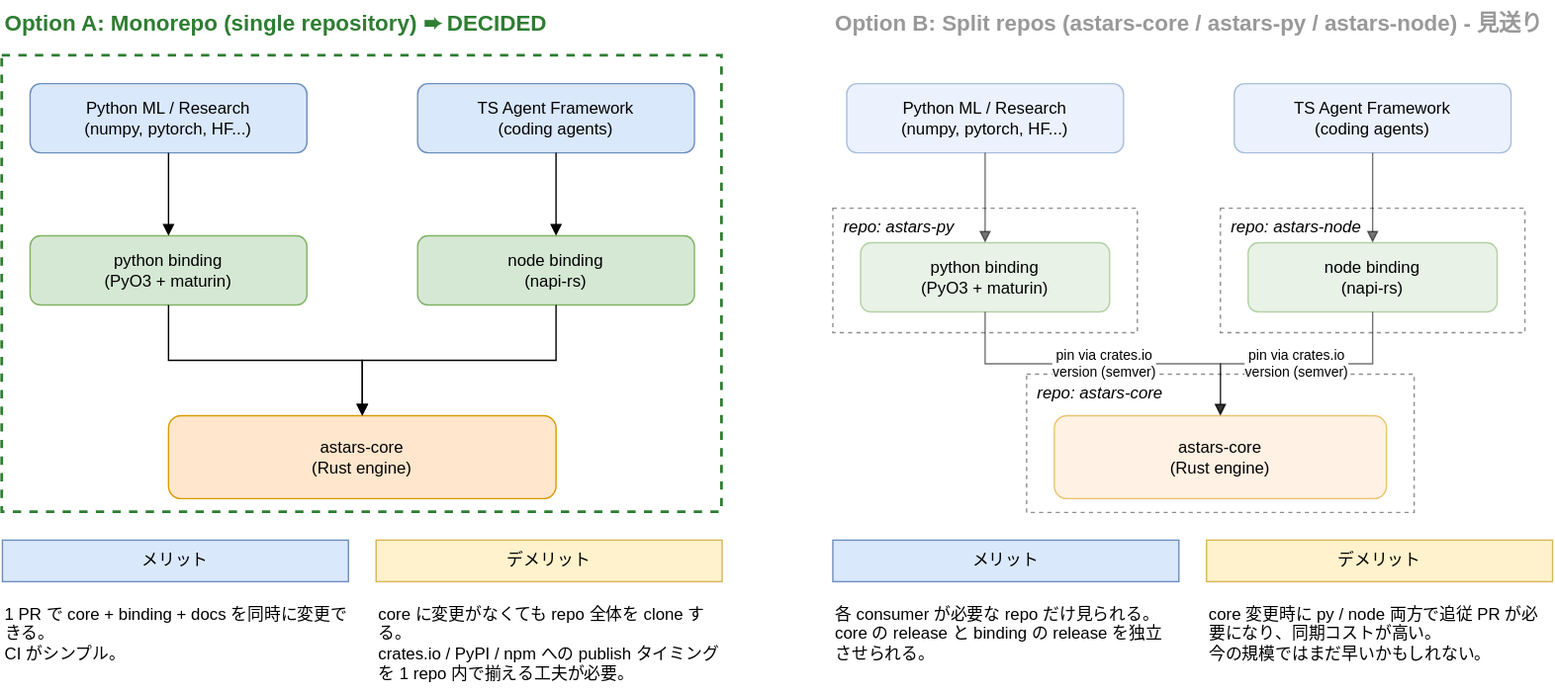
Before: docs/architecture/repo-structure.drawio.svg, a diagram exported from draw.io (xwasoux/astars). Source tidied: cells renumbered, new cells last; positions are measured from the earlier drawing's top-left corner, leaving out a move shared by most shapes.
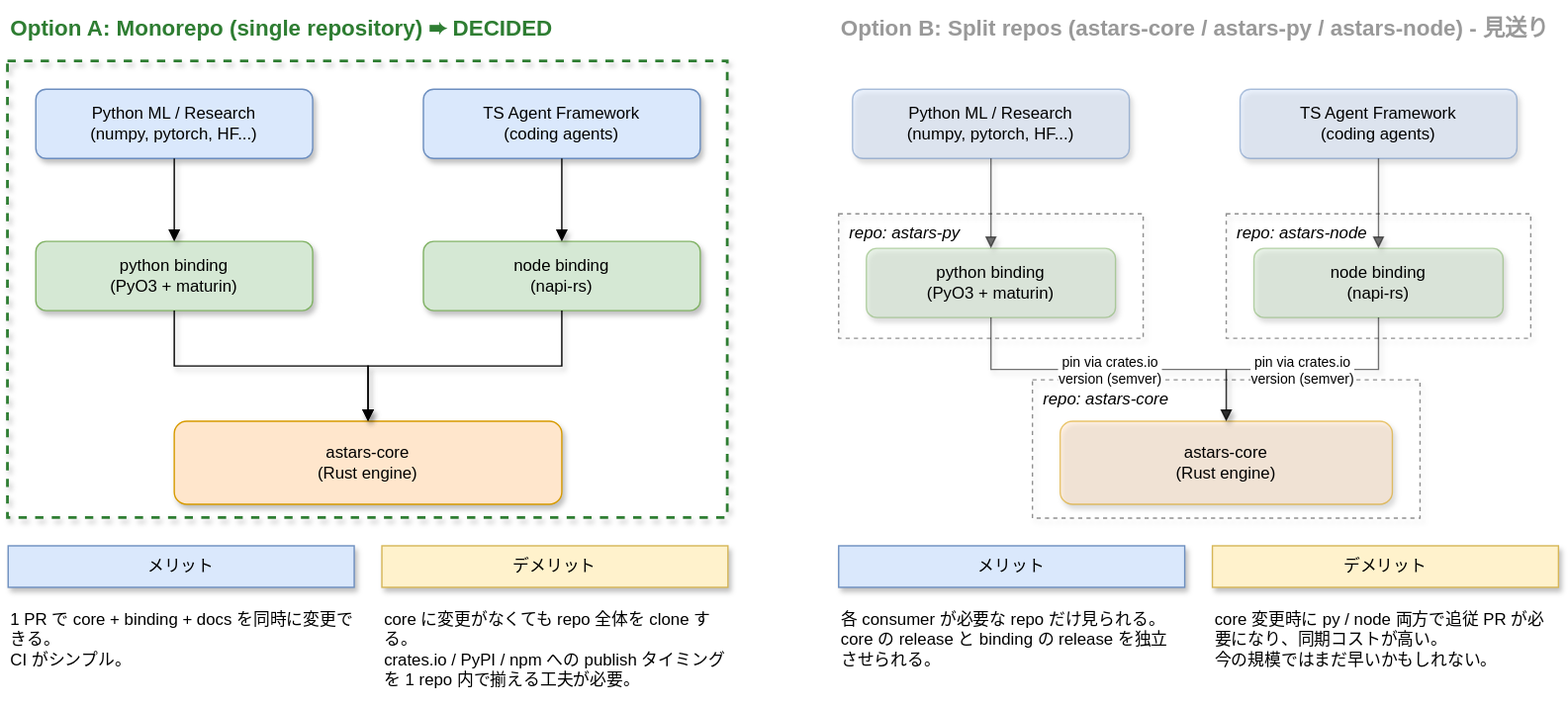
Above is the later version.

Change to the diagram source:
```diff
@@ -2,100 +2,100 @@
   <root>
     <mxCell id="0" />
     <mxCell id="1" parent="0" />
-    <mxCell id="2" value="Option A: Monorepo (single repository)  ➨ DECIDED" style="text;align=left;verticalAlign=middle;fontSize=16;fontStyle=1;fontColor=#2e7d32;" parent="1" vertex="1">
+    <mxCell id="2" value="Option A: Monorepo (single repository)  ➨ DECIDED" style="text;align=left;verticalAlign=middle;fontSize=16;fontStyle=1;fontColor=#2e7d32;shadow=1;" parent="1" vertex="1">
       <mxGeometry width="520" height="30" as="geometry" />
     </mxCell>
-    <mxCell id="3" style="rounded=0;dashed=1;fillColor=none;strokeColor=#2e7d32;strokeWidth=2;" parent="1" vertex="1">
+    <mxCell id="3" style="rounded=0;dashed=1;fillColor=none;strokeColor=#2e7d32;strokeWidth=2;shadow=1;" parent="1" vertex="1">
       <mxGeometry y="40" width="520" height="330" as="geometry" />
     </mxCell>
-    <mxCell id="4" value="Python ML / Research&#10;(numpy, pytorch, HF...)" style="rounded=1;whiteSpace=wrap;html=1;fillColor=#dae8fc;strokeColor=#6c8ebf;" parent="1" vertex="1">
+    <mxCell id="4" value="Python ML / Research&#10;(numpy, pytorch, HF...)" style="rounded=1;whiteSpace=wrap;html=1;fillColor=#dae8fc;strokeColor=#6c8ebf;shadow=1;" parent="1" vertex="1">
       <mxGeometry x="20" y="60" width="200" height="50" as="geometry" />
     </mxCell>
-    <mxCell id="5" value="TS Agent Framework&#10;(coding agents)" style="rounded=1;whiteSpace=wrap;html=1;fillColor=#dae8fc;strokeColor=#6c8ebf;" parent="1" vertex="1">
+    <mxCell id="5" value="TS Agent Framework&#10;(coding agents)" style="rounded=1;whiteSpace=wrap;html=1;fillColor=#dae8fc;strokeColor=#6c8ebf;shadow=1;" parent="1" vertex="1">
       <mxGeometry x="300" y="60" width="200" height="50" as="geometry" />
     </mxCell>
-    <mxCell id="6" value="python binding&#10;(PyO3 + maturin)" style="rounded=1;whiteSpace=wrap;html=1;fillColor=#d5e8d4;strokeColor=#82b366;" parent="1" vertex="1">
+    <mxCell id="6" value="python binding&#10;(PyO3 + maturin)" style="rounded=1;whiteSpace=wrap;html=1;fillColor=#d5e8d4;strokeColor=#82b366;shadow=1;" parent="1" vertex="1">
       <mxGeometry x="20" y="170" width="200" height="50" as="geometry" />
     </mxCell>
-    <mxCell id="7" value="node binding&#10;(napi-rs)" style="rounded=1;whiteSpace=wrap;html=1;fillColor=#d5e8d4;strokeColor=#82b366;" parent="1" vertex="1">
+    <mxCell id="7" value="node binding&#10;(napi-rs)" style="rounded=1;whiteSpace=wrap;html=1;fillColor=#d5e8d4;strokeColor=#82b366;shadow=1;" parent="1" vertex="1">
       <mxGeometry x="300" y="170" width="200" height="50" as="geometry" />
     </mxCell>
-    <mxCell id="8" value="astars-core&#10;(Rust engine)" style="rounded=1;whiteSpace=wrap;html=1;fillColor=#ffe6cc;strokeColor=#d79b00;" parent="1" vertex="1">
+    <mxCell id="8" value="astars-core&#10;(Rust engine)" style="rounded=1;whiteSpace=wrap;html=1;fillColor=#ffe6cc;strokeColor=#d79b00;shadow=1;" parent="1" vertex="1">
       <mxGeometry x="120" y="300" width="280" height="60" as="geometry" />
     </mxCell>
-    <mxCell id="9" value="1 PR で core + binding + docs を同時に変更できる。&lt;br&gt;CI がシンプル。" style="text;align=left;verticalAlign=top;whiteSpace=wrap;html=1;fontSize=12;" parent="1" vertex="1">
+    <mxCell id="9" value="1 PR で core + binding + docs を同時に変更できる。&lt;br&gt;CI がシンプル。" style="text;align=left;verticalAlign=top;whiteSpace=wrap;html=1;fontSize=12;shadow=1;" parent="1" vertex="1">
       <mxGeometry y="430" width="250" height="70" as="geometry" />
     </mxCell>
-    <mxCell id="10" style="edgeStyle=orthogonalEdgeStyle;rounded=0;html=1;endArrow=block;" parent="1" edge="1" source="4" target="6">
+    <mxCell id="10" style="edgeStyle=orthogonalEdgeStyle;rounded=0;html=1;endArrow=block;shadow=1;" parent="1" edge="1" source="4" target="6">
       <mxGeometry relative="1" as="geometry" />
     </mxCell>
-    <mxCell id="11" style="edgeStyle=orthogonalEdgeStyle;rounded=0;html=1;endArrow=block;" parent="1" edge="1" source="5" target="7">
+    <mxCell id="11" style="edgeStyle=orthogonalEdgeStyle;rounded=0;html=1;endArrow=block;shadow=1;" parent="1" edge="1" source="5" target="7">
       <mxGeometry relative="1" as="geometry" />
     </mxCell>
-    <mxCell id="12" style="edgeStyle=orthogonalEdgeStyle;rounded=0;html=1;endArrow=block;" parent="1" edge="1" source="6" target="8">
+    <mxCell id="12" style="edgeStyle=orthogonalEdgeStyle;rounded=0;html=1;endArrow=block;shadow=1;" parent="1" edge="1" source="6" target="8">
       <mxGeometry relative="1" as="geometry" />
     </mxCell>
-    <mxCell id="13" style="edgeStyle=orthogonalEdgeStyle;rounded=0;html=1;endArrow=block;" parent="1" edge="1" source="7" target="8">
+    <mxCell id="13" style="edgeStyle=orthogonalEdgeStyle;rounded=0;html=1;endArrow=block;shadow=1;" parent="1" edge="1" source="7" target="8">
       <mxGeometry relative="1" as="geometry" />
     </mxCell>
-    <mxCell id="14" value="Option B: Split repos (astars-core / astars-py / astars-node)  - 見送り" style="text;align=left;verticalAlign=middle;fontSize=16;fontStyle=1;fontColor=#999999;opacity=55;" parent="1" vertex="1">
+    <mxCell id="14" value="Option B: Split repos (astars-core / astars-py / astars-node)  - 見送り" style="text;align=left;verticalAlign=middle;fontSize=16;fontStyle=1;fontColor=#999999;opacity=55;shadow=1;" parent="1" vertex="1">
       <mxGeometry x="600" width="520" height="30" as="geometry" />
     </mxCell>
-    <mxCell id="15" value="repo: astars-py" style="rounded=0;dashed=1;fillColor=none;strokeColor=#333333;verticalAlign=top;fontStyle=2;align=left;spacingLeft=6;opacity=55;" parent="1" vertex="1">
+    <mxCell id="15" value="repo: astars-py" style="rounded=0;dashed=1;fillColor=none;strokeColor=#333333;verticalAlign=top;fontStyle=2;align=left;spacingLeft=6;opacity=55;shadow=1;" parent="1" vertex="1">
       <mxGeometry x="600" y="150" width="220" height="90" as="geometry" />
     </mxCell>
-    <mxCell id="16" value="python binding&#10;(PyO3 + maturin)" style="rounded=1;whiteSpace=wrap;html=1;fillColor=#d5e8d4;strokeColor=#82b366;opacity=55;" parent="1" vertex="1">
+    <mxCell id="16" value="python binding&#10;(PyO3 + maturin)" style="rounded=1;whiteSpace=wrap;html=1;fillColor=#d5e8d4;strokeColor=#82b366;opacity=55;shadow=1;" parent="1" vertex="1">
       <mxGeometry x="620" y="175" width="180" height="50" as="geometry" />
     </mxCell>
-    <mxCell id="17" value="repo: astars-node" style="rounded=0;dashed=1;fillColor=none;strokeColor=#333333;verticalAlign=top;fontStyle=2;align=left;spacingLeft=6;opacity=55;" parent="1" vertex="1">
+    <mxCell id="17" value="repo: astars-node" style="rounded=0;dashed=1;fillColor=none;strokeColor=#333333;verticalAlign=top;fontStyle=2;align=left;spacingLeft=6;opacity=55;shadow=1;" parent="1" vertex="1">
       <mxGeometry x="880" y="150" width="220" height="90" as="geometry" />
     </mxCell>
-    <mxCell id="18" value="node binding&#10;(napi-rs)" style="rounded=1;whiteSpace=wrap;html=1;fillColor=#d5e8d4;strokeColor=#82b366;opacity=55;" parent="1" vertex="1">
+    <mxCell id="18" value="node binding&#10;(napi-rs)" style="rounded=1;whiteSpace=wrap;html=1;fillColor=#d5e8d4;strokeColor=#82b366;opacity=55;shadow=1;" parent="1" vertex="1">
       <mxGeometry x="900" y="175" width="180" height="50" as="geometry" />
     </mxCell>
-    <mxCell id="19" value="repo: astars-core" style="rounded=0;dashed=1;fillColor=none;strokeColor=#333333;verticalAlign=top;fontStyle=2;align=left;spacingLeft=6;opacity=55;" parent="1" vertex="1">
+    <mxCell id="19" value="repo: astars-core" style="rounded=0;dashed=1;fillColor=none;strokeColor=#333333;verticalAlign=top;fontStyle=2;align=left;spacingLeft=6;opacity=55;shadow=1;" parent="1" vertex="1">
       <mxGeometry x="740" y="270" width="280" height="100" as="geometry" />
     </mxCell>
-    <mxCell id="20" value="astars-core&#10;(Rust engine)" style="rounded=1;whiteSpace=wrap;html=1;fillColor=#ffe6cc;strokeColor=#d79b00;opacity=55;" parent="1" vertex="1">
+    <mxCell id="20" value="astars-core&#10;(Rust engine)" style="rounded=1;whiteSpace=wrap;html=1;fillColor=#ffe6cc;strokeColor=#d79b00;opacity=55;shadow=1;" parent="1" vertex="1">
       <mxGeometry x="760" y="300" width="240" height="60" as="geometry" />
     </mxCell>
-    <mxCell id="21" value="Python ML / Research&#10;(numpy, pytorch, HF...)" style="rounded=1;whiteSpace=wrap;html=1;fillColor=#dae8fc;strokeColor=#6c8ebf;opacity=55;" parent="1" vertex="1">
+    <mxCell id="21" value="Python ML / Research&#10;(numpy, pytorch, HF...)" style="rounded=1;whiteSpace=wrap;html=1;fillColor=#dae8fc;strokeColor=#6c8ebf;opacity=55;shadow=1;" parent="1" vertex="1">
       <mxGeometry x="610" y="60" width="200" height="50" as="geometry" />
     </mxCell>
-    <mxCell id="22" value="TS Agent Framework&#10;(coding agents)" style="rounded=1;whiteSpace=wrap;html=1;fillColor=#dae8fc;strokeColor=#6c8ebf;opacity=55;" parent="1" vertex="1">
+    <mxCell id="22" value="TS Agent Framework&#10;(coding agents)" style="rounded=1;whiteSpace=wrap;html=1;fillColor=#dae8fc;strokeColor=#6c8ebf;opacity=55;shadow=1;" parent="1" vertex="1">
       <mxGeometry x="890" y="60" width="200" height="50" as="geometry" />
     </mxCell>
-    <mxCell id="23" value="各 consumer が必要な repo だけ見られる。&lt;br&gt;core の release と binding の release を独立させられる。" style="text;align=left;verticalAlign=top;whiteSpace=wrap;html=1;fontSize=12;opacity=55;" parent="1" vertex="1">
+    <mxCell id="23" value="各 consumer が必要な repo だけ見られる。&lt;br&gt;core の release と binding の release を独立させられる。" style="text;align=left;verticalAlign=top;whiteSpace=wrap;html=1;fontSize=12;opacity=55;shadow=1;" parent="1" vertex="1">
       <mxGeometry x="600" y="430" width="250" height="70" as="geometry" />
     </mxCell>
-    <mxCell id="24" style="edgeStyle=orthogonalEdgeStyle;rounded=0;html=1;endArrow=block;opacity=55;" parent="1" edge="1" source="21" target="16">
+    <mxCell id="24" style="edgeStyle=orthogonalEdgeStyle;rounded=0;html=1;endArrow=block;opacity=55;shadow=1;" parent="1" edge="1" source="21" target="16">
       <mxGeometry relative="1" as="geometry" />
     </mxCell>
-    <mxCell id="25" style="edgeStyle=orthogonalEdgeStyle;rounded=0;html=1;endArrow=block;opacity=55;" parent="1" edge="1" source="22" target="18">
+    <mxCell id="25" style="edgeStyle=orthogonalEdgeStyle;rounded=0;html=1;endArrow=block;opacity=55;shadow=1;" parent="1" edge="1" source="22" target="18">
       <mxGeometry relative="1" as="geometry" />
     </mxCell>
-    <mxCell id="26" value="pin via crates.io&#10;version (semver)" style="edgeStyle=orthogonalEdgeStyle;rounded=0;html=1;endArrow=block;fontSize=10;opacity=55;" parent="1" edge="1" source="16" target="20">
+    <mxCell id="26" value="pin via crates.io&#10;version (semver)" style="edgeStyle=orthogonalEdgeStyle;rounded=0;html=1;endArrow=block;fontSize=10;opacity=55;shadow=1;" parent="1" edge="1" source="16" target="20">
       <mxGeometry relative="1" as="geometry" />
     </mxCell>
-    <mxCell id="27" value="pin via crates.io&#10;version (semver)" style="edgeStyle=orthogonalEdgeStyle;rounded=0;html=1;endArrow=block;fontSize=10;opacity=55;" parent="1" edge="1" source="18" target="20">
+    <mxCell id="27" value="pin via crates.io&#10;version (semver)" style="edgeStyle=orthogonalEdgeStyle;rounded=0;html=1;endArrow=block;fontSize=10;opacity=55;shadow=1;" parent="1" edge="1" source="18" target="20">
       <mxGeometry relative="1" as="geometry" />
     </mxCell>
-    <mxCell id="28" value="メリット" style="rounded=0;whiteSpace=wrap;html=1;fillColor=#dae8fc;strokeColor=#6c8ebf;" parent="1" vertex="1">
+    <mxCell id="28" value="メリット" style="rounded=0;whiteSpace=wrap;html=1;fillColor=#dae8fc;strokeColor=#6c8ebf;shadow=1;" parent="1" vertex="1">
       <mxGeometry y="390" width="250" height="30" as="geometry" />
     </mxCell>
-    <mxCell id="29" value="デメリット" style="rounded=0;whiteSpace=wrap;html=1;fillColor=#fff2cc;strokeColor=#d6b656;" parent="1" vertex="1">
+    <mxCell id="29" value="デメリット" style="rounded=0;whiteSpace=wrap;html=1;fillColor=#fff2cc;strokeColor=#d6b656;shadow=1;" parent="1" vertex="1">
       <mxGeometry x="270" y="390" width="250" height="30" as="geometry" />
     </mxCell>
-    <mxCell id="30" value="core に変更がなくても repo 全体を clone する。&lt;br&gt;crates.io / PyPI / npm への publish タイミングを 1 repo 内で揃える工夫が必要。" style="text;align=left;verticalAlign=top;whiteSpace=wrap;html=1;fontSize=12;" parent="1" vertex="1">
+    <mxCell id="30" value="core に変更がなくても repo 全体を clone する。&lt;br&gt;crates.io / PyPI / npm への publish タイミングを 1 repo 内で揃える工夫が必要。" style="text;align=left;verticalAlign=top;whiteSpace=wrap;html=1;fontSize=12;shadow=1;" parent="1" vertex="1">
       <mxGeometry x="270" y="430" width="250" height="70" as="geometry" />
     </mxCell>
-    <mxCell id="31" value="メリット" style="rounded=0;whiteSpace=wrap;html=1;fillColor=#dae8fc;strokeColor=#6c8ebf;" parent="1" vertex="1">
+    <mxCell id="31" value="メリット" style="rounded=0;whiteSpace=wrap;html=1;fillColor=#dae8fc;strokeColor=#6c8ebf;shadow=1;" parent="1" vertex="1">
       <mxGeometry x="600" y="390" width="250" height="30" as="geometry" />
     </mxCell>
-    <mxCell id="32" value="デメリット" style="rounded=0;whiteSpace=wrap;html=1;fillColor=#fff2cc;strokeColor=#d6b656;" parent="1" vertex="1">
+    <mxCell id="32" value="デメリット" style="rounded=0;whiteSpace=wrap;html=1;fillColor=#fff2cc;strokeColor=#d6b656;shadow=1;" parent="1" vertex="1">
       <mxGeometry x="870" y="390" width="250" height="30" as="geometry" />
     </mxCell>
-    <mxCell id="33" value="core 変更時に py / node 両方で追従 PR が必要になり、同期コストが高い。&lt;br&gt;今の規模ではまだ早いかもしれない。" style="text;align=left;verticalAlign=top;whiteSpace=wrap;html=1;fontSize=12;opacity=55;" parent="1" vertex="1">
+    <mxCell id="33" value="core 変更時に py / node 両方で追従 PR が必要になり、同期コストが高い。&lt;br&gt;今の規模ではまだ早いかもしれない。" style="text;align=left;verticalAlign=top;whiteSpace=wrap;html=1;fontSize=12;opacity=55;shadow=1;" parent="1" vertex="1">
       <mxGeometry x="870" y="430" width="250" height="70" as="geometry" />
     </mxCell>
   </root>
```
